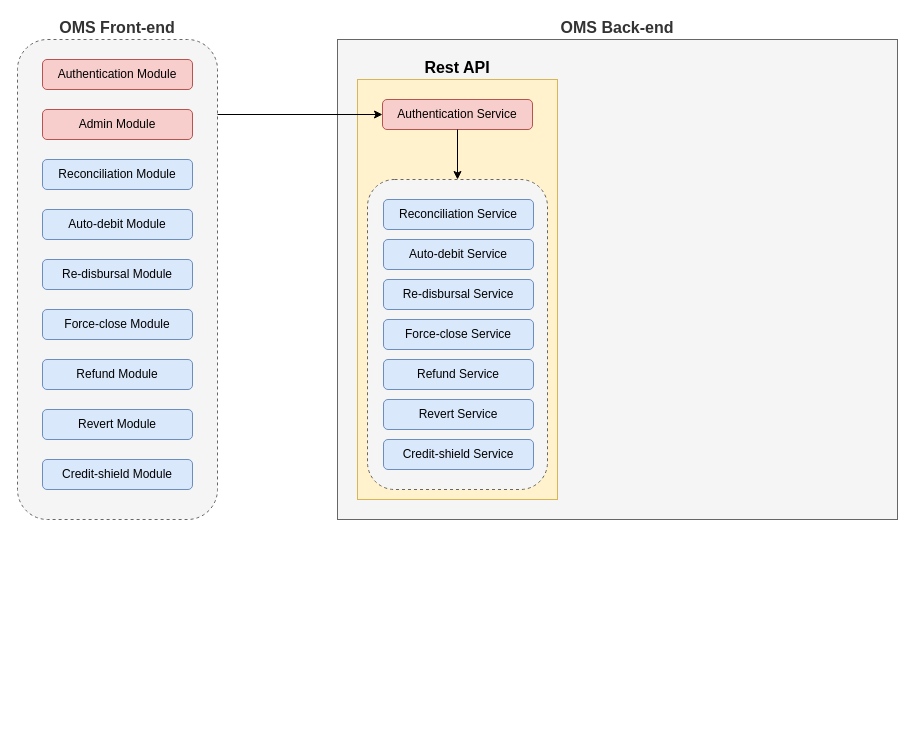
tnqcuong/oms keeps this draw.io diagram as OMS.drawio. Above is the earlier version. Source tidied: cells renumbered, new cells numbered last; positions are measured from the earlier drawing's top-left corner, leaving out a move shared by most shapes. Both pictures are drawn from the tidied source at 100%, with x=0, y=0 at pixel (17, 39).
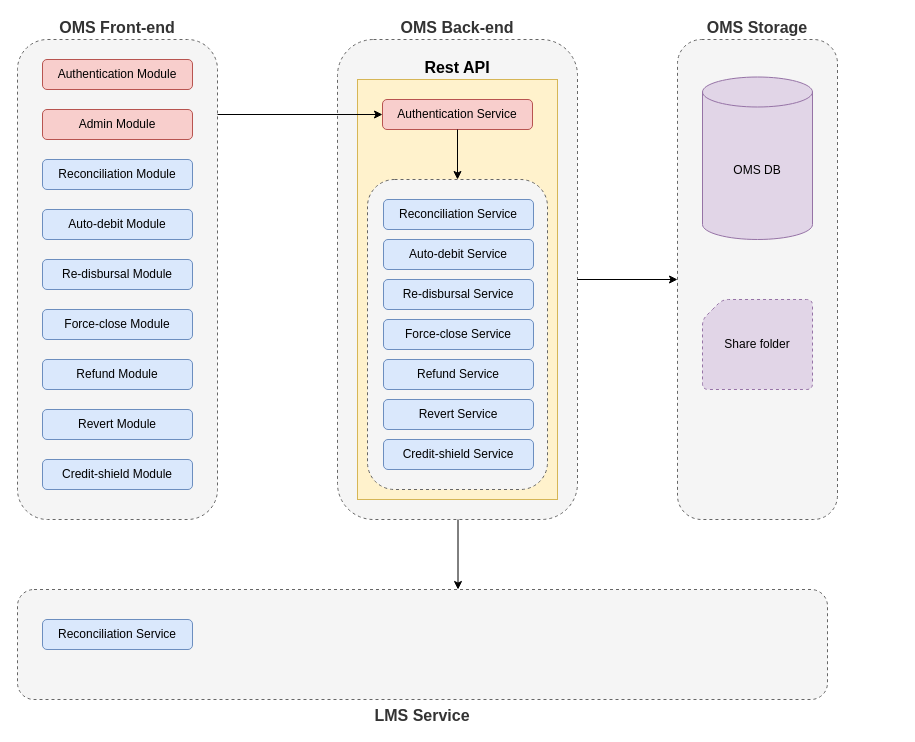
The same diagram, later.

The edit, as a diff of the source:
```diff
@@
-    <mxCell id="12" value="&lt;font style=&quot;font-size: 16px&quot;&gt;&lt;b&gt;OMS Back-end&lt;/b&gt;&lt;/font&gt;" style="rounded=0;whiteSpace=wrap;html=1;fillColor=#f5f5f5;strokeColor=#666666;fontColor=#333333;labelPosition=center;verticalLabelPosition=top;align=center;verticalAlign=bottom;" parent="1" vertex="1">
-      <mxGeometry x="320" width="560" height="480" as="geometry" />
+    <mxCell id="12" value="&lt;font style=&quot;font-size: 16px&quot;&gt;&lt;b&gt;OMS Back-end&lt;/b&gt;&lt;/font&gt;" style="rounded=1;whiteSpace=wrap;html=1;fillColor=#f5f5f5;strokeColor=#666666;fontColor=#333333;labelPosition=center;verticalLabelPosition=top;align=center;verticalAlign=bottom;dashed=1;" parent="1" vertex="1">
+      <mxGeometry x="320" width="240" height="480" as="geometry" />
     </mxCell>
@@
+    <mxCell id="25" value="&lt;font style=&quot;font-size: 16px&quot;&gt;&lt;b&gt;OMS Storage&lt;/b&gt;&lt;/font&gt;" style="rounded=1;whiteSpace=wrap;html=1;fillColor=#f5f5f5;strokeColor=#666666;fontColor=#333333;labelPosition=center;verticalLabelPosition=top;align=center;verticalAlign=bottom;dashed=1;" parent="1" vertex="1">
+      <mxGeometry x="660" width="160" height="480" as="geometry" />
+    </mxCell>
+    <mxCell id="26" value="OMS DB" style="shape=cylinder3;whiteSpace=wrap;html=1;boundedLbl=1;backgroundOutline=1;size=15;rounded=0;fillColor=#e1d5e7;strokeColor=#9673a6;" parent="1" vertex="1">
+      <mxGeometry x="685" y="37.5" width="110" height="162.5" as="geometry" />
+    </mxCell>
+    <mxCell id="27" value="Share folder" style="verticalLabelPosition=middle;verticalAlign=middle;html=1;shape=card;whiteSpace=wrap;size=20;arcSize=12;rounded=1;dashed=1;labelPosition=center;align=center;fillColor=#e1d5e7;strokeColor=#9673a6;" parent="1" vertex="1">
+      <mxGeometry x="685" y="260" width="110" height="90" as="geometry" />
+    </mxCell>
+    <mxCell id="28" style="endArrow=classic;html=1;exitX=1;exitY=0.5;exitDx=0;exitDy=0;entryX=0;entryY=0.5;entryDx=0;entryDy=0;" parent="1" edge="1" source="12" target="25">
+      <mxGeometry relative="1" as="geometry" />
+    </mxCell>
+    <mxCell id="29" value="&lt;font style=&quot;font-size: 16px&quot;&gt;&lt;b&gt;LMS Service&lt;/b&gt;&lt;/font&gt;" style="rounded=1;whiteSpace=wrap;html=1;fillColor=#f5f5f5;strokeColor=#666666;fontColor=#333333;labelPosition=center;verticalLabelPosition=bottom;align=center;verticalAlign=top;dashed=1;" parent="1" vertex="1">
+      <mxGeometry y="550" width="810" height="110" as="geometry" />
+    </mxCell>
+    <mxCell id="30" value="Reconciliation Service" style="rounded=1;whiteSpace=wrap;html=1;fillColor=#dae8fc;strokeColor=#6c8ebf;" parent="1" vertex="1">
+      <mxGeometry x="25" y="580" width="150" height="30" as="geometry" />
+    </mxCell>
+    <mxCell id="31" style="endArrow=classic;html=1;" parent="1" edge="1">
+      <mxGeometry relative="1" as="geometry">
+        <mxPoint x="440.5" y="480" as="sourcePoint" />
+        <mxPoint x="440.5" y="550" as="targetPoint" />
+      </mxGeometry>
+    </mxCell>
```
